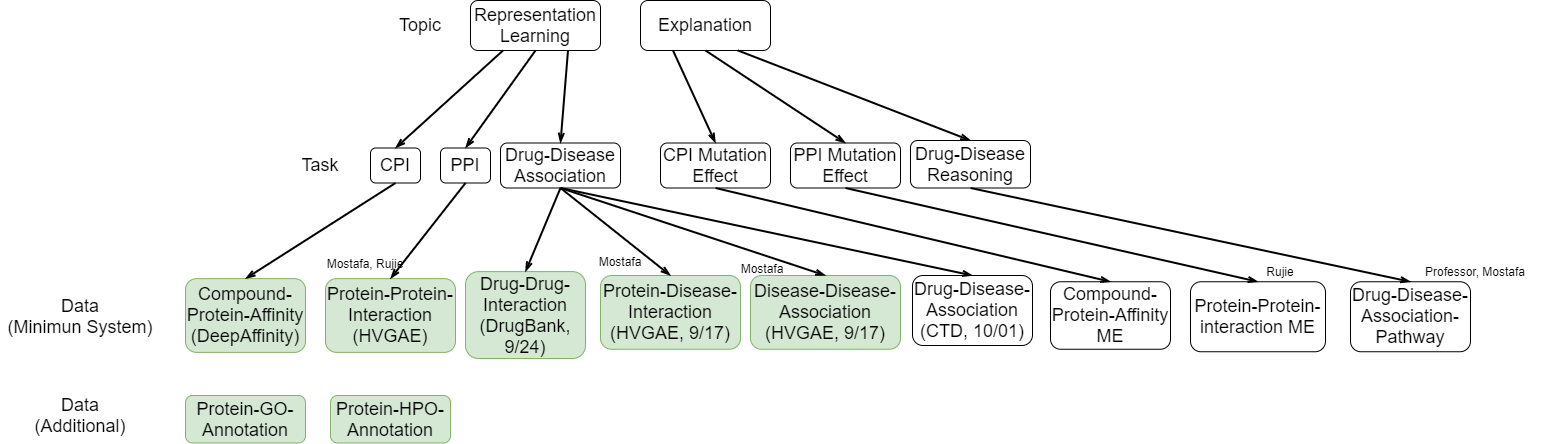
This is blueprint.png from wuweitan/data-infrastructure, a draw.io export, as it was before one commit. Source tidied: cells renumbered, new cells last; positions are measured from the earlier drawing's top-left corner, leaving out a move shared by most shapes.
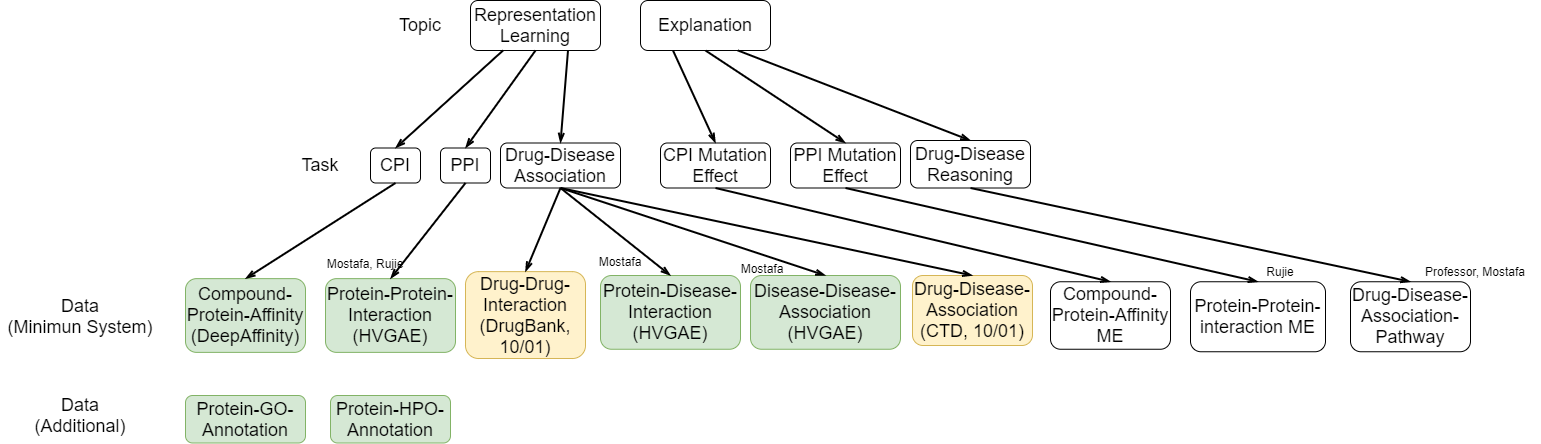
The same file after the commit.

The edit, as a diff of the source:
```diff
@@ -59,10 +59,10 @@
     <mxCell id="20" value="&lt;font style=&quot;font-size: 18px&quot;&gt;Protein-Protein-Interaction&lt;br&gt;(HVGAE)&lt;br&gt;&lt;/font&gt;" style="rounded=1;whiteSpace=wrap;html=1;fillColor=#d5e8d4;strokeColor=#82b366;" parent="1" vertex="1">
       <mxGeometry x="325" y="278.1" width="130" height="73.8" as="geometry" />
     </mxCell>
-    <mxCell id="21" value="&lt;font style=&quot;font-size: 18px&quot;&gt;Drug-Drug-Interaction&lt;br&gt;(DrugBank, 9/24)&lt;br&gt;&lt;/font&gt;" style="rounded=1;whiteSpace=wrap;html=1;fillColor=#d5e8d4;strokeColor=#82b366;" parent="1" vertex="1">
+    <mxCell id="21" value="&lt;font style=&quot;font-size: 18px&quot;&gt;Drug-Drug-Interaction&lt;br&gt;(DrugBank, 10/01)&lt;br&gt;&lt;/font&gt;" style="rounded=1;whiteSpace=wrap;html=1;fillColor=#fff2cc;strokeColor=#d6b656;" parent="1" vertex="1">
       <mxGeometry x="465" y="271.1" width="120" height="86.9" as="geometry" />
     </mxCell>
-    <mxCell id="22" value="&lt;font style=&quot;font-size: 18px&quot;&gt;Drug-Disease-Association&lt;br&gt;(CTD, 10/01)&lt;br&gt;&lt;/font&gt;" style="rounded=1;whiteSpace=wrap;html=1;" parent="1" vertex="1">
+    <mxCell id="22" value="&lt;font style=&quot;font-size: 18px&quot;&gt;Drug-Disease-Association&lt;br&gt;(CTD, 10/01)&lt;br&gt;&lt;/font&gt;" style="rounded=1;whiteSpace=wrap;html=1;fillColor=#fff2cc;strokeColor=#d6b656;" parent="1" vertex="1">
       <mxGeometry x="912" y="275" width="120" height="70" as="geometry" />
     </mxCell>
     <mxCell id="23" value="&lt;font style=&quot;font-size: 18px&quot;&gt;Compound-Protein-Affinity ME&lt;/font&gt;" style="rounded=1;whiteSpace=wrap;html=1;" parent="1" vertex="1">
@@ -101,7 +101,7 @@
     <mxCell id="34" style="endArrow=openThin;html=1;exitX=0.5;exitY=1;exitDx=0;exitDy=0;entryX=0.5;entryY=0;entryDx=0;entryDy=0;strokeWidth=2;endFill=0;" parent="1" edge="1" source="8" target="25">
       <mxGeometry relative="1" as="geometry" />
     </mxCell>
-    <mxCell id="35" value="&lt;font style=&quot;font-size: 18px&quot;&gt;Disease-Disease-Association&lt;br&gt;(HVGAE, 9/17)&lt;br&gt;&lt;/font&gt;" style="rounded=1;whiteSpace=wrap;html=1;fillColor=#d5e8d4;strokeColor=#82b366;" parent="1" vertex="1">
+    <mxCell id="35" value="&lt;font style=&quot;font-size: 18px&quot;&gt;Disease-Disease-Association&lt;br&gt;(HVGAE)&lt;br&gt;&lt;/font&gt;" style="rounded=1;whiteSpace=wrap;html=1;fillColor=#d5e8d4;strokeColor=#82b366;" parent="1" vertex="1">
       <mxGeometry x="750" y="275" width="150" height="73.8" as="geometry" />
     </mxCell>
     <mxCell id="36" style="endArrow=openThin;html=1;exitX=0.5;exitY=1;exitDx=0;exitDy=0;entryX=0.5;entryY=0;entryDx=0;entryDy=0;strokeWidth=2;endFill=0;" parent="1" edge="1" source="9" target="35">
@@ -119,7 +119,7 @@
     <mxCell id="40" value="Professor, Mostafa" style="text;html=1;strokeColor=none;fillColor=none;align=center;verticalAlign=middle;whiteSpace=wrap;rounded=0;" parent="1" vertex="1">
       <mxGeometry x="1410" y="261.2" width="130" height="20" as="geometry" />
     </mxCell>
-    <mxCell id="41" value="&lt;font style=&quot;font-size: 18px&quot;&gt;Protein-Disease-Interaction&lt;br&gt;(HVGAE, 9/17)&lt;br&gt;&lt;/font&gt;" style="rounded=1;whiteSpace=wrap;html=1;fillColor=#d5e8d4;strokeColor=#82b366;" parent="1" vertex="1">
+    <mxCell id="41" value="&lt;font style=&quot;font-size: 18px&quot;&gt;Protein-Disease-Interaction&lt;br&gt;(HVGAE)&lt;br&gt;&lt;/font&gt;" style="rounded=1;whiteSpace=wrap;html=1;fillColor=#d5e8d4;strokeColor=#82b366;" parent="1" vertex="1">
       <mxGeometry x="600" y="275" width="140" height="73.8" as="geometry" />
     </mxCell>
     <mxCell id="42" style="endArrow=openThin;html=1;exitX=0.5;exitY=1;exitDx=0;exitDy=0;entryX=0.5;entryY=0;entryDx=0;entryDy=0;strokeWidth=2;endFill=0;" parent="1" edge="1" source="9" target="41">
```
